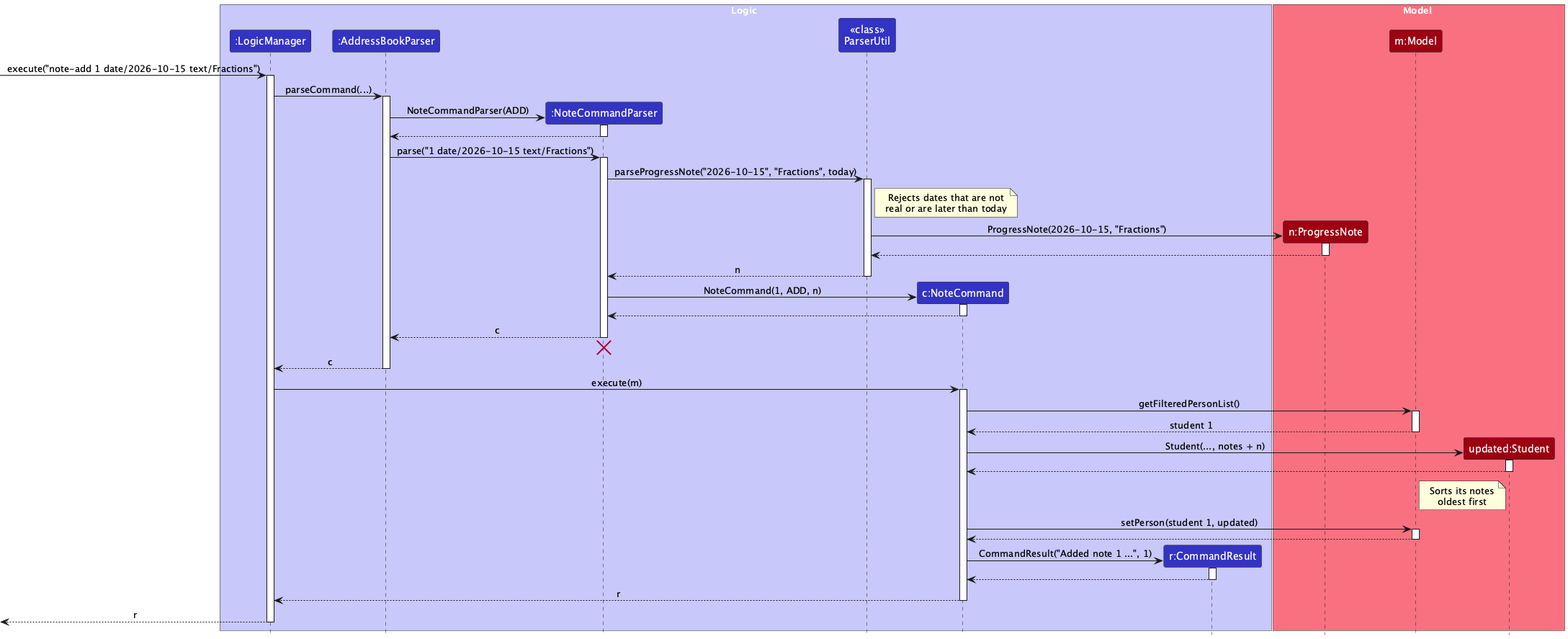
Earlier version of the PlantUML export docs/images/NoteAddSequenceDiagram.png (AY2627S1-CS2103T-F13-4/tp). The source it was exported from:
```plantuml
@startuml
!include style.puml
skinparam ArrowFontStyle plain

box Logic LOGIC_COLOR_T1
participant ":LogicManager" as LogicManager LOGIC_COLOR
participant ":AddressBookParser" as AddressBookParser LOGIC_COLOR
participant ":NoteCommandParser" as NoteCommandParser LOGIC_COLOR
participant "<<class>>\nParserUtil" as ParserUtil LOGIC_COLOR
participant "c:NoteCommand" as NoteCommand LOGIC_COLOR
participant "r:CommandResult" as CommandResult LOGIC_COLOR
end box

box Model MODEL_COLOR_T1
participant "n:ProgressNote" as ProgressNote MODEL_COLOR
participant "m:Model" as Model MODEL_COLOR
participant "updated:Student" as Student MODEL_COLOR
end box

[-> LogicManager : execute("note-add 1 date/2026-10-15 text/Fractions")
activate LogicManager

LogicManager -> AddressBookParser : parseCommand(...)
activate AddressBookParser

create NoteCommandParser
AddressBookParser -> NoteCommandParser : NoteCommandParser(ADD)
activate NoteCommandParser
NoteCommandParser --> AddressBookParser
deactivate NoteCommandParser

AddressBookParser -> NoteCommandParser : parse("1 date/2026-10-15 text/Fractions")
activate NoteCommandParser

NoteCommandParser -> ParserUtil : parseProgressNote("2026-10-15", "Fractions", today)
activate ParserUtil
note right of ParserUtil
  Rejects dates that are not
  real or are later than today
end note

create ProgressNote
ParserUtil -> ProgressNote : ProgressNote(2026-10-15, "Fractions")
activate ProgressNote
ProgressNote --> ParserUtil
deactivate ProgressNote

ParserUtil --> NoteCommandParser : n
deactivate ParserUtil

create NoteCommand
NoteCommandParser -> NoteCommand : NoteCommand(1, ADD, n)
activate NoteCommand
NoteCommand --> NoteCommandParser
deactivate NoteCommand

NoteCommandParser --> AddressBookParser : c
deactivate NoteCommandParser
NoteCommandParser -[hidden]-> AddressBookParser
destroy NoteCommandParser

AddressBookParser --> LogicManager : c
deactivate AddressBookParser

LogicManager -> NoteCommand : execute(m)
activate NoteCommand

NoteCommand -> Model : getFilteredPersonList()
activate Model
Model --> NoteCommand : student 1
deactivate Model

create Student
NoteCommand -> Student : Student(..., notes + n)
activate Student
Student --> NoteCommand
deactivate Student
note left of Student
  Sorts its notes
  oldest first
end note

NoteCommand -> Model : setPerson(student 1, updated)
activate Model
Model --> NoteCommand
deactivate Model

create CommandResult
NoteCommand -> CommandResult : CommandResult("Added note 1 ...", 1)
activate CommandResult
CommandResult --> NoteCommand
deactivate CommandResult

NoteCommand --> LogicManager : r
deactivate NoteCommand

[<-- LogicManager : r
deactivate LogicManager
@enduml
```
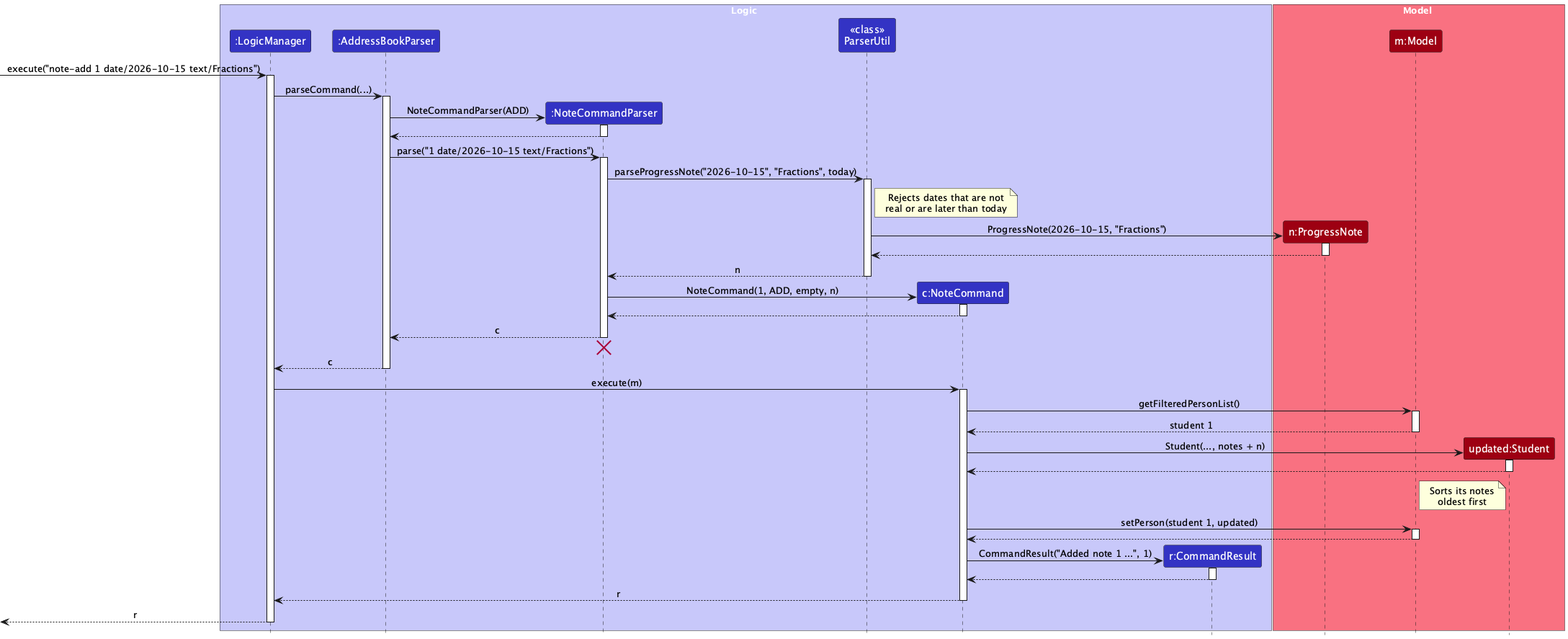
The same diagram one commit later.

Commit message:
Match note diagram and guide to the current code

The edit, as a diff of the source:
```diff
@@ -49,7 +49,7 @@
 deactivate ParserUtil
 
 create NoteCommand
-NoteCommandParser -> NoteCommand : NoteCommand(1, ADD, n)
+NoteCommandParser -> NoteCommand : NoteCommand(1, ADD, empty, n)
 activate NoteCommand
 NoteCommand --> NoteCommandParser
 deactivate NoteCommand
```
